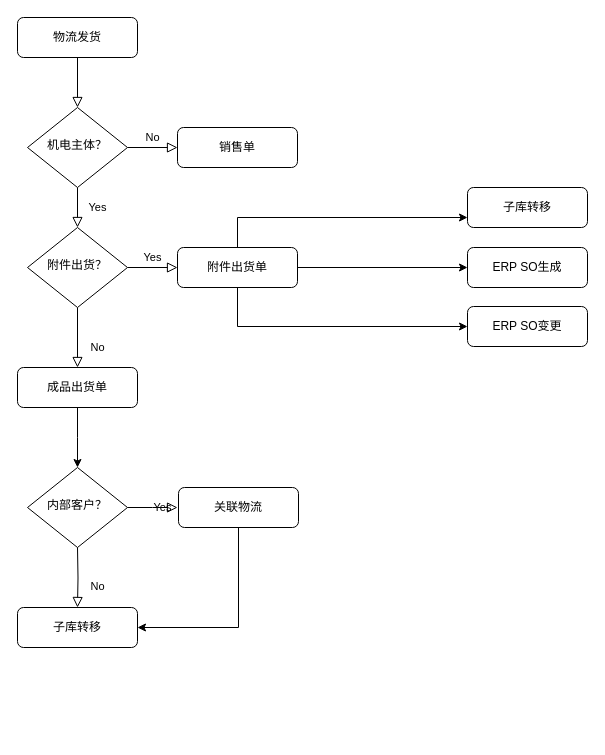
Above: Untitled Diagram.drawio in zhoujg-dev/rapid-dev (draw.io), before the change. Source tidied: cells renumbered, new cells numbered last; positions are measured from the earlier drawing's top-left corner, leaving out a move shared by most shapes. Both pictures are drawn from the tidied source at 100%, with x=0, y=0 at pixel (17, 17).
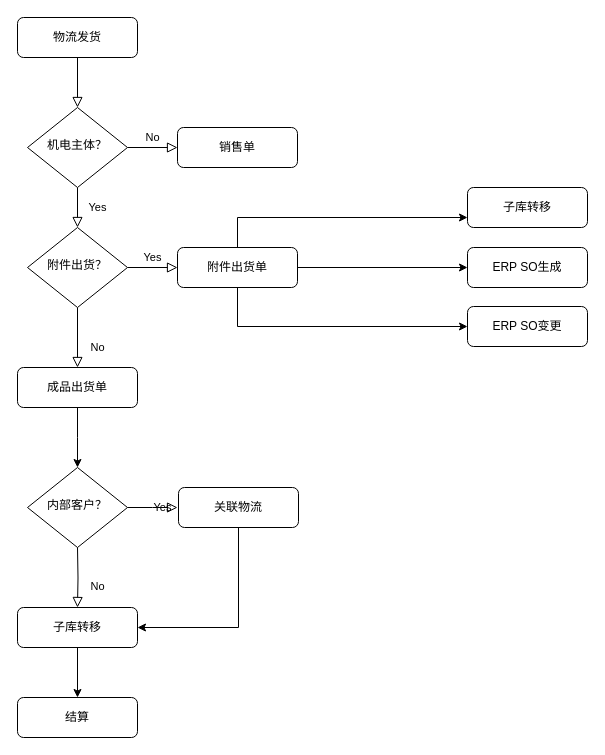
The same page after the edit.

The change refers to these unchanged cells:
```xml
<mxCell id="23" value="子库转移" style="rounded=1;whiteSpace=wrap;html=1;fontSize=12;glass=0;strokeWidth=1;shadow=0;" parent="1" vertex="1">
  <mxGeometry y="590" width="120" height="40" as="geometry" />
</mxCell>
```

The edit, as a diff of the source:
```diff
@@
+    <mxCell id="26" value="结算" style="rounded=1;whiteSpace=wrap;html=1;fontSize=12;glass=0;strokeWidth=1;shadow=0;" parent="1" vertex="1">
+      <mxGeometry y="680" width="120" height="40" as="geometry" />
+    </mxCell>
+    <mxCell id="27" style="edgeStyle=orthogonalEdgeStyle;rounded=0;jettySize=auto;html=1;entryX=0.5;entryY=0;entryDx=0;entryDy=0;exitX=0.5;exitY=1;exitDx=0;exitDy=0;" parent="1" edge="1" source="23" target="26">
+      <mxGeometry relative="1" as="geometry" />
+    </mxCell>
```
